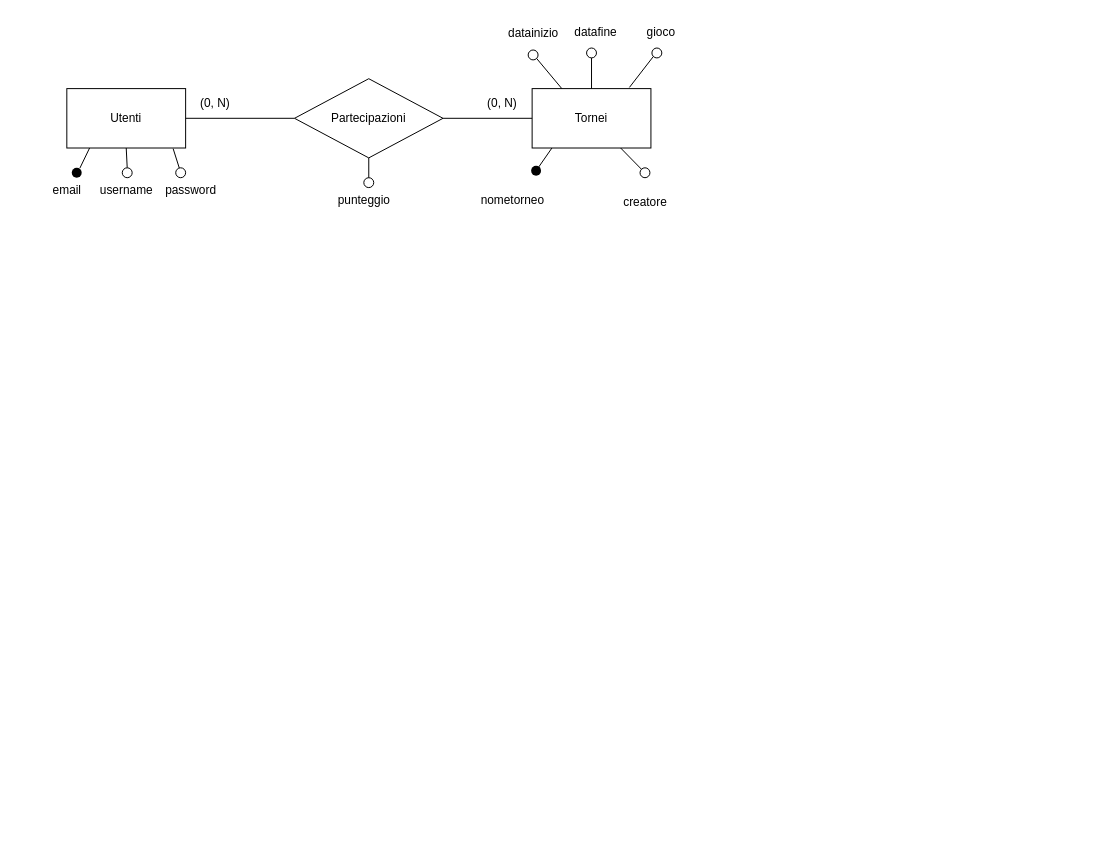
Before: EF2/documentazione_progetto/ERADatabase.drawio in IngSW-unipv/Progetto-K24, a draw.io diagram. Source tidied: cells renumbered, new cells numbered last; positions are measured from the earlier drawing's top-left corner, leaving out a move shared by most shapes. Both pictures are drawn from the tidied source at 99%, with x=0, y=0 at pixel (42, 17).
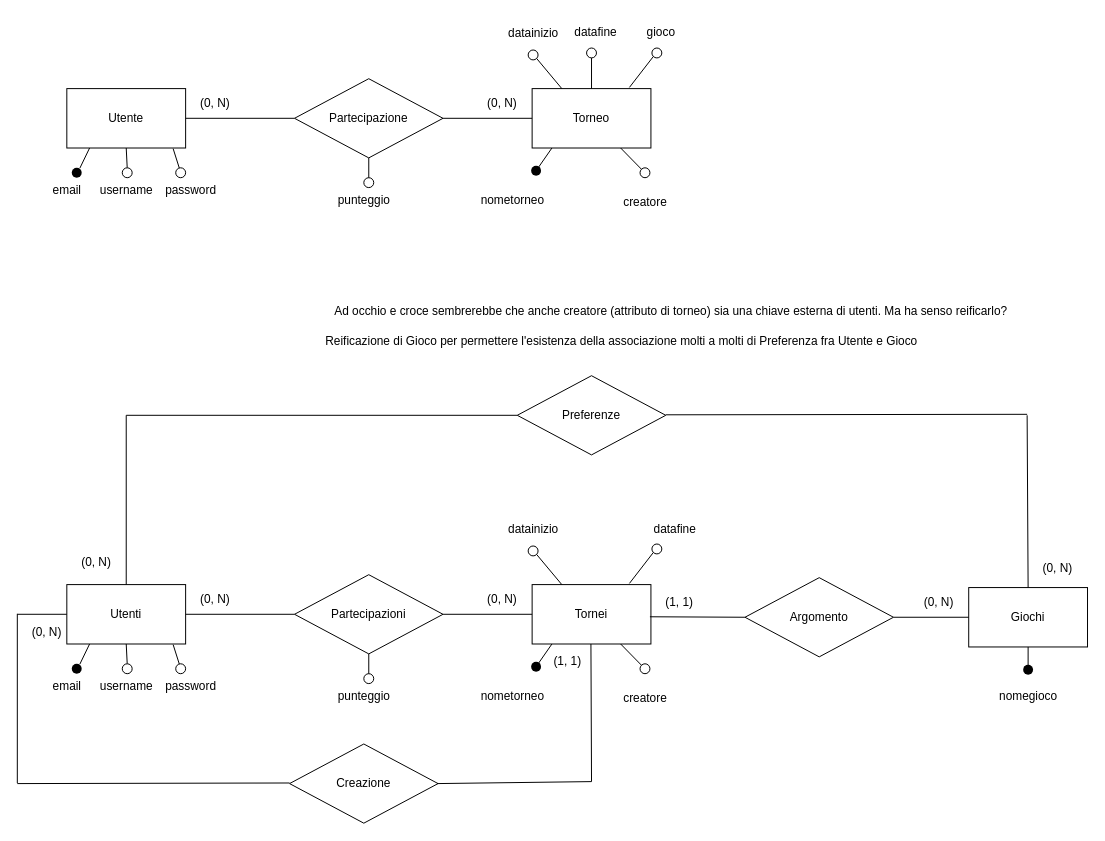
The same diagram, later.

The edit, as a diff of the source:
```diff
@@
-    <mxCell id="2" value="Partecipazioni" style="rhombus;whiteSpace=wrap;html=1;" parent="1" vertex="1">
+    <mxCell id="2" value="Partecipazione" style="rhombus;whiteSpace=wrap;html=1;" parent="1" vertex="1">
       <mxGeometry x="255" y="62" width="150" height="80" as="geometry" />
     </mxCell>
-    <mxCell id="3" value="Utenti" style="rounded=0;whiteSpace=wrap;html=1;" parent="1" vertex="1">
+    <mxCell id="3" value="Utente" style="rounded=0;whiteSpace=wrap;html=1;" parent="1" vertex="1">
       <mxGeometry x="25" y="72" width="120" height="60" as="geometry" />
     </mxCell>
-    <mxCell id="4" value="Tornei" style="rounded=0;whiteSpace=wrap;html=1;" parent="1" vertex="1">
+    <mxCell id="4" value="Torneo" style="rounded=0;whiteSpace=wrap;html=1;" parent="1" vertex="1">
       <mxGeometry x="495" y="72" width="120" height="60" as="geometry" />
     </mxCell>
@@
+    <mxCell id="39" value="Partecipazioni" style="rhombus;whiteSpace=wrap;html=1;" parent="1" vertex="1">
+      <mxGeometry x="255" y="563" width="150" height="80" as="geometry" />
+    </mxCell>
+    <mxCell id="40" value="Utenti" style="rounded=0;whiteSpace=wrap;html=1;" parent="1" vertex="1">
+      <mxGeometry x="25" y="573" width="120" height="60" as="geometry" />
+    </mxCell>
+    <mxCell id="41" value="Tornei" style="rounded=0;whiteSpace=wrap;html=1;" parent="1" vertex="1">
+      <mxGeometry x="495" y="573" width="120" height="60" as="geometry" />
+    </mxCell>
+    <mxCell id="42" style="endArrow=none;html=1;rounded=0;exitX=1;exitY=0.5;exitDx=0;exitDy=0;entryX=0;entryY=0.5;entryDx=0;entryDy=0;" parent="1" edge="1" source="40" target="39">
+      <mxGeometry relative="1" as="geometry" />
+    </mxCell>
+    <mxCell id="43" style="endArrow=none;html=1;rounded=0;exitX=1;exitY=0.5;exitDx=0;exitDy=0;entryX=0;entryY=0.5;entryDx=0;entryDy=0;" parent="1" edge="1" source="39" target="41">
+      <mxGeometry relative="1" as="geometry" />
+    </mxCell>
+    <mxCell id="44" value="(0, N)" style="text;html=1;align=center;verticalAlign=middle;whiteSpace=wrap;rounded=0;" parent="1" vertex="1">
+      <mxGeometry x="145" y="573" width="60" height="30" as="geometry" />
+    </mxCell>
+    <mxCell id="45" value="(0, N)" style="text;html=1;align=center;verticalAlign=middle;whiteSpace=wrap;rounded=0;" parent="1" vertex="1">
+      <mxGeometry x="435" y="573" width="60" height="30" as="geometry" />
+    </mxCell>
+    <mxCell id="46" style="group;" parent="1" vertex="1">
+      <mxGeometry x="81" y="653" width="10" height="10" as="geometry" />
+    </mxCell>
+    <mxCell id="47" style="endArrow=none;html=1;rounded=0;entryX=0.5;entryY=1;entryDx=0;entryDy=0;" parent="46" edge="1" target="40">
+      <mxGeometry relative="1" as="geometry">
+        <mxPoint x="5" as="sourcePoint" />
+      </mxGeometry>
+    </mxCell>
+    <mxCell id="48" style="ellipse;html=1;" parent="46" vertex="1">
+      <mxGeometry width="10" height="10" as="geometry" />
+    </mxCell>
+    <mxCell id="49" style="shape=waypoint;sketch=0;fillStyle=solid;size=10;fillColor=none;perimeter=centerPerimeter;" parent="1" vertex="1">
+      <mxGeometry x="25" y="648" width="20" height="20" as="geometry" />
+    </mxCell>
+    <mxCell id="50" style="group;" parent="1" vertex="1">
+      <mxGeometry x="165" y="693" width="10" height="10" as="geometry" />
+    </mxCell>
+    <mxCell id="51" style="ellipse;whiteSpace=wrap;html=1;" parent="50" vertex="1">
+      <mxGeometry x="-30" y="-40" width="10" height="10" as="geometry" />
+    </mxCell>
+    <mxCell id="52" style="endArrow=none;html=1;rounded=0;entryX=0.895;entryY=1.011;entryDx=0;entryDy=0;entryPerimeter=0;" parent="1" edge="1" source="51" target="40">
+      <mxGeometry relative="1" as="geometry" />
+    </mxCell>
+    <mxCell id="53" style="endArrow=none;html=1;rounded=0;entryX=0.25;entryY=1;entryDx=0;entryDy=0;" parent="1" edge="1">
+      <mxGeometry relative="1" as="geometry">
+        <mxPoint x="38.1" y="653.5" as="sourcePoint" />
+        <mxPoint x="48" y="633" as="targetPoint" />
+      </mxGeometry>
+    </mxCell>
+    <mxCell id="54" value="email" style="text;html=1;align=center;verticalAlign=middle;strokeColor=none;fillColor=none;" parent="1" vertex="1">
+      <mxGeometry y="661" width="50" height="30" as="geometry" />
+    </mxCell>
+    <mxCell id="55" value="username" style="text;html=1;align=center;verticalAlign=middle;strokeColor=none;fillColor=none;" parent="1" vertex="1">
+      <mxGeometry x="45" y="661" width="80" height="30" as="geometry" />
+    </mxCell>
+    <mxCell id="56" value="password" style="text;html=1;align=center;verticalAlign=middle;strokeColor=none;fillColor=none;" parent="1" vertex="1">
+      <mxGeometry x="115" y="661" width="70" height="30" as="geometry" />
+    </mxCell>
+    <mxCell id="57" style="endArrow=none;html=1;rounded=0;exitDx=0;exitDy=0;" parent="1" edge="1" source="66">
+      <mxGeometry relative="1" as="geometry">
+        <mxPoint x="515" y="633" as="targetPoint" />
+      </mxGeometry>
+    </mxCell>
+    <mxCell id="58" style="ellipse;html=1;" parent="1" vertex="1">
+      <mxGeometry x="604" y="653" width="10" height="10" as="geometry" />
+    </mxCell>
+    <mxCell id="59" style="ellipse;html=1;" parent="1" vertex="1">
+      <mxGeometry x="325" y="663" width="10" height="10" as="geometry" />
+    </mxCell>
+    <mxCell id="60" style="endArrow=none;html=1;rounded=0;exitX=0;exitY=0;exitDx=0;exitDy=0;" parent="1" edge="1" source="58" target="41">
+      <mxGeometry relative="1" as="geometry" />
+    </mxCell>
+    <mxCell id="61" style="ellipse;html=1;" parent="1" vertex="1">
+      <mxGeometry x="491" y="534" width="10" height="10" as="geometry" />
+    </mxCell>
+    <mxCell id="62" style="endArrow=none;html=1;rounded=0;exitX=1;exitY=1;exitDx=0;exitDy=0;entryX=0.25;entryY=0;entryDx=0;entryDy=0;" parent="1" edge="1" source="61" target="41">
+      <mxGeometry relative="1" as="geometry" />
+    </mxCell>
+    <mxCell id="63" style="ellipse;html=1;" parent="1" vertex="1">
+      <mxGeometry x="616" y="532" width="10" height="10" as="geometry" />
+    </mxCell>
+    <mxCell id="64" style="endArrow=none;html=1;rounded=0;exitX=0;exitY=1;exitDx=0;exitDy=0;entryX=0.819;entryY=-0.02;entryDx=0;entryDy=0;entryPerimeter=0;" parent="1" edge="1" source="63" target="41">
+      <mxGeometry relative="1" as="geometry" />
+    </mxCell>
+    <mxCell id="65" style="endArrow=none;html=1;rounded=0;exitX=1;exitY=0;exitDx=0;exitDy=0;" parent="1" edge="1" target="66">
+      <mxGeometry relative="1" as="geometry">
+        <mxPoint x="502.5" y="652.5" as="sourcePoint" />
+      </mxGeometry>
+    </mxCell>
+    <mxCell id="66" style="shape=waypoint;sketch=0;fillStyle=solid;size=10;points=[];fillColor=none;perimeter=centerPerimeter;snapToPoint=1;" parent="1" vertex="1">
+      <mxGeometry x="489" y="646" width="20" height="20" as="geometry" />
+    </mxCell>
+    <mxCell id="67" style="endArrow=none;html=1;rounded=0;exitX=0.5;exitY=0;exitDx=0;exitDy=0;entryX=0.5;entryY=1;entryDx=0;entryDy=0;" parent="1" edge="1">
+      <mxGeometry relative="1" as="geometry">
+        <mxPoint x="330" y="663" as="sourcePoint" />
+        <mxPoint x="330" y="643" as="targetPoint" />
+      </mxGeometry>
+    </mxCell>
+    <mxCell id="68" value="nometorneo" style="text;html=1;align=center;verticalAlign=middle;strokeColor=none;fillColor=none;" parent="1" vertex="1">
+      <mxGeometry x="430" y="671" width="90" height="30" as="geometry" />
+    </mxCell>
+    <mxCell id="69" value="creatore" style="text;html=1;align=center;verticalAlign=middle;strokeColor=none;fillColor=none;" parent="1" vertex="1">
+      <mxGeometry x="574" y="673" width="70" height="30" as="geometry" />
+    </mxCell>
+    <mxCell id="70" value="datainizio" style="text;html=1;align=center;verticalAlign=middle;strokeColor=none;fillColor=none;" parent="1" vertex="1">
+      <mxGeometry x="461" y="502" width="70" height="30" as="geometry" />
+    </mxCell>
+    <mxCell id="71" value="datafine" style="text;html=1;align=center;verticalAlign=middle;strokeColor=none;fillColor=none;" parent="1" vertex="1">
+      <mxGeometry x="604" y="502" width="70" height="30" as="geometry" />
+    </mxCell>
+    <mxCell id="72" value="punteggio" style="text;html=1;align=center;verticalAlign=middle;strokeColor=none;fillColor=none;" parent="1" vertex="1">
+      <mxGeometry x="285" y="671" width="80" height="30" as="geometry" />
+    </mxCell>
+    <mxCell id="73" value="Giochi" style="rounded=0;whiteSpace=wrap;html=1;" parent="1" vertex="1">
+      <mxGeometry x="936" y="576" width="120" height="60" as="geometry" />
+    </mxCell>
+    <mxCell id="74" value="Argomento" style="rhombus;whiteSpace=wrap;html=1;" parent="1" vertex="1">
+      <mxGeometry x="710" y="566" width="150" height="80" as="geometry" />
+    </mxCell>
+    <mxCell id="75" value="Preferenze" style="rhombus;whiteSpace=wrap;html=1;" parent="1" vertex="1">
+      <mxGeometry x="480" y="362" width="150" height="80" as="geometry" />
+    </mxCell>
+    <mxCell id="76" style="endArrow=none;html=1;rounded=0;exitX=1;exitY=0.5;exitDx=0;exitDy=0;entryX=0;entryY=0.5;entryDx=0;entryDy=0;" parent="1" edge="1" target="74">
+      <mxGeometry relative="1" as="geometry">
+        <mxPoint x="614" y="605.5" as="sourcePoint" />
+      </mxGeometry>
+    </mxCell>
+    <mxCell id="77" style="endArrow=none;html=1;rounded=0;exitX=1;exitY=0.5;exitDx=0;exitDy=0;entryX=0;entryY=0.5;entryDx=0;entryDy=0;" parent="1" edge="1" source="74" target="73">
+      <mxGeometry relative="1" as="geometry" />
+    </mxCell>
+    <mxCell id="78" style="endArrow=none;html=1;rounded=0;exitDx=0;exitDy=0;entryX=0.5;entryY=1;entryDx=0;entryDy=0;" parent="1" edge="1" source="80" target="73">
+      <mxGeometry relative="1" as="geometry" />
+    </mxCell>
+    <mxCell id="79" style="endArrow=none;html=1;rounded=0;exitX=1;exitY=0;exitDx=0;exitDy=0;" parent="1" edge="1" target="80">
+      <mxGeometry relative="1" as="geometry">
+        <mxPoint x="992.5" y="655.5" as="sourcePoint" />
+      </mxGeometry>
+    </mxCell>
+    <mxCell id="80" style="shape=waypoint;sketch=0;fillStyle=solid;size=10;points=[];fillColor=none;perimeter=centerPerimeter;snapToPoint=1;" parent="1" vertex="1">
+      <mxGeometry x="986" y="649" width="20" height="20" as="geometry" />
+    </mxCell>
+    <mxCell id="81" value="nomegioco" style="text;html=1;align=center;verticalAlign=middle;strokeColor=none;fillColor=none;" parent="1" vertex="1">
+      <mxGeometry x="956" y="671" width="80" height="30" as="geometry" />
+    </mxCell>
+    <mxCell id="82" value="(0, N)" style="text;html=1;align=center;verticalAlign=middle;whiteSpace=wrap;rounded=0;" parent="1" vertex="1">
+      <mxGeometry x="876" y="576" width="60" height="30" as="geometry" />
+    </mxCell>
+    <mxCell id="83" value="(1, 1)" style="text;html=1;align=center;verticalAlign=middle;whiteSpace=wrap;rounded=0;" parent="1" vertex="1">
+      <mxGeometry x="614" y="576" width="60" height="30" as="geometry" />
+    </mxCell>
+    <mxCell id="84" style="endArrow=none;html=1;rounded=0;exitX=0.5;exitY=0;exitDx=0;exitDy=0;" parent="1" edge="1" source="40">
+      <mxGeometry relative="1" as="geometry">
+        <mxPoint x="85" y="402" as="targetPoint" />
+      </mxGeometry>
+    </mxCell>
+    <mxCell id="85" style="endArrow=none;html=1;rounded=0;exitX=0.5;exitY=0;exitDx=0;exitDy=0;" parent="1" edge="1" source="73">
+      <mxGeometry relative="1" as="geometry">
+        <mxPoint x="995" y="402" as="targetPoint" />
+      </mxGeometry>
+    </mxCell>
+    <mxCell id="86" style="endArrow=none;html=1;rounded=0;exitX=0;exitY=0.5;exitDx=0;exitDy=0;" parent="1" edge="1" source="75">
+      <mxGeometry relative="1" as="geometry">
+        <mxPoint x="85" y="402" as="targetPoint" />
+      </mxGeometry>
+    </mxCell>
+    <mxCell id="87" style="endArrow=none;html=1;rounded=0;" parent="1" edge="1">
+      <mxGeometry relative="1" as="geometry">
+        <mxPoint x="995" y="401" as="sourcePoint" />
+        <mxPoint x="630" y="401.5" as="targetPoint" />
+      </mxGeometry>
+    </mxCell>
+    <mxCell id="88" value="(0, N)" style="text;html=1;align=center;verticalAlign=middle;whiteSpace=wrap;rounded=0;" parent="1" vertex="1">
+      <mxGeometry x="996" y="542" width="60" height="30" as="geometry" />
+    </mxCell>
+    <mxCell id="89" value="(0, N)" style="text;html=1;align=center;verticalAlign=middle;whiteSpace=wrap;rounded=0;" parent="1" vertex="1">
+      <mxGeometry x="25" y="536" width="60" height="30" as="geometry" />
+    </mxCell>
+    <mxCell id="90" value="Reificazione di Gioco per permettere l'esistenza della associazione molti a molti di Preferenza fra Utente e Gioco" style="text;html=1;align=center;verticalAlign=middle;strokeColor=none;fillColor=none;" parent="1" vertex="1">
+      <mxGeometry x="275" y="312" width="620" height="30" as="geometry" />
+    </mxCell>
+    <mxCell id="91" value="Ad occhio e croce sembrerebbe che anche creatore (attributo di torneo) sia una chiave esterna di utenti. Ma ha senso reificarlo?" style="text;html=1;align=center;verticalAlign=middle;strokeColor=none;fillColor=none;" parent="1" vertex="1">
+      <mxGeometry x="285" y="282" width="700" height="30" as="geometry" />
+    </mxCell>
+    <mxCell id="92" style="endArrow=none;html=1;rounded=0;exitX=0.5;exitY=0;exitDx=0;exitDy=0;" parent="1" edge="1">
+      <mxGeometry relative="1" as="geometry">
+        <mxPoint x="-25" y="773.5" as="sourcePoint" />
+        <mxPoint x="-25" y="602.5" as="targetPoint" />
+      </mxGeometry>
+    </mxCell>
+    <mxCell id="93" style="endArrow=none;html=1;rounded=0;entryX=0;entryY=0.5;entryDx=0;entryDy=0;" parent="1" edge="1" target="40">
+      <mxGeometry relative="1" as="geometry">
+        <mxPoint x="-25" y="603" as="sourcePoint" />
+      </mxGeometry>
+    </mxCell>
+    <mxCell id="94" value="Creazione" style="rhombus;whiteSpace=wrap;html=1;" parent="1" vertex="1">
+      <mxGeometry x="250" y="734" width="150" height="80" as="geometry" />
+    </mxCell>
+    <mxCell id="95" style="endArrow=none;html=1;rounded=0;entryX=0;entryY=0.5;entryDx=0;entryDy=0;" parent="1" edge="1">
+      <mxGeometry relative="1" as="geometry">
+        <mxPoint x="-25" y="774" as="sourcePoint" />
+        <mxPoint x="250" y="773.4" as="targetPoint" />
+      </mxGeometry>
+    </mxCell>
+    <mxCell id="96" style="endArrow=none;html=1;rounded=0;" parent="1" edge="1">
+      <mxGeometry relative="1" as="geometry">
+        <mxPoint x="555" y="772" as="sourcePoint" />
+        <mxPoint x="554.4" y="633" as="targetPoint" />
+      </mxGeometry>
+    </mxCell>
+    <mxCell id="97" style="endArrow=none;html=1;rounded=0;" parent="1" edge="1">
+      <mxGeometry relative="1" as="geometry">
+        <mxPoint x="399" y="774" as="sourcePoint" />
+        <mxPoint x="555" y="772" as="targetPoint" />
+      </mxGeometry>
+    </mxCell>
+    <mxCell id="98" value="(0, N)" style="text;html=1;align=center;verticalAlign=middle;whiteSpace=wrap;rounded=0;" parent="1" vertex="1">
+      <mxGeometry x="-25" y="606" width="60" height="30" as="geometry" />
+    </mxCell>
+    <mxCell id="99" value="(1, 1)" style="text;html=1;align=center;verticalAlign=middle;whiteSpace=wrap;rounded=0;" parent="1" vertex="1">
+      <mxGeometry x="501" y="636" width="60" height="30" as="geometry" />
+    </mxCell>
```
